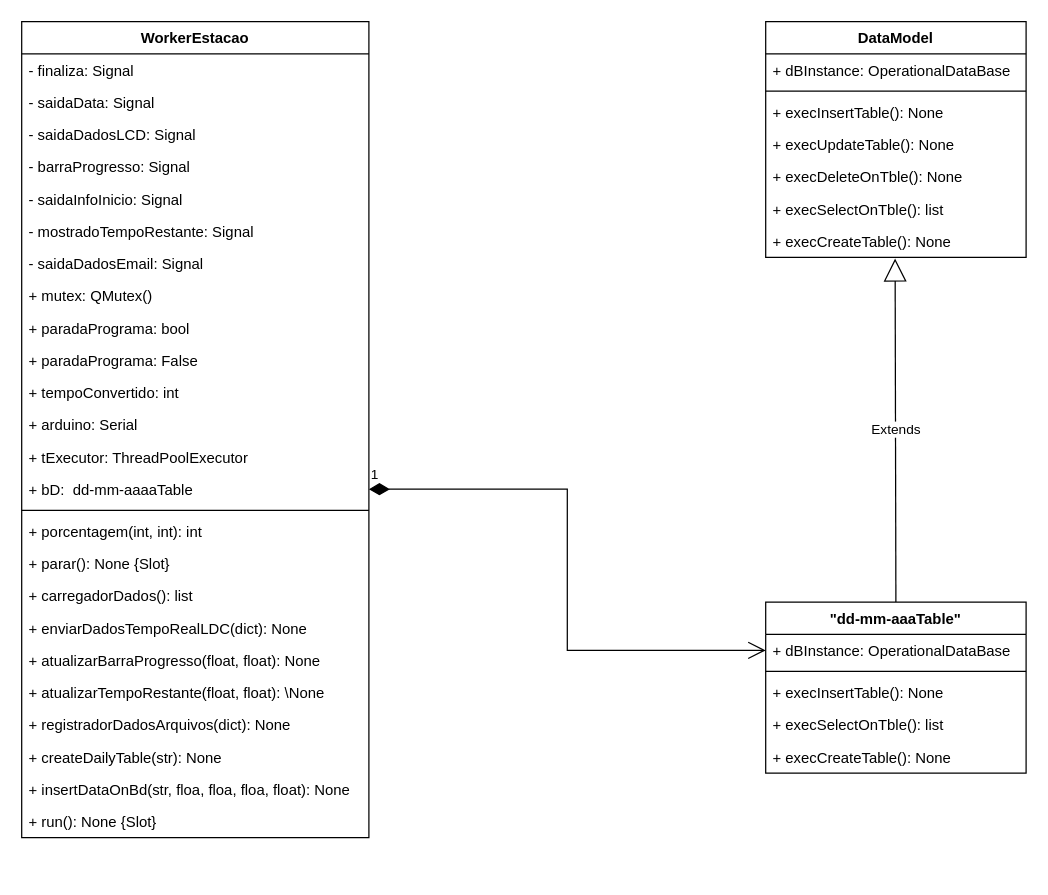
Above: page "Relacionamento DB - DataGetter" (5 of 5) of EstruturaObtencaoDeDados.drawio in Fat83dotcom/Interface_Estacao (draw.io), before the change. Source tidied: cells renumbered, new cells numbered last; positions are measured from the earlier drawing's top-left corner, leaving out a move shared by most shapes. Both pictures are drawn from the tidied source at 124%, with x=0, y=0 at pixel (21, 21).
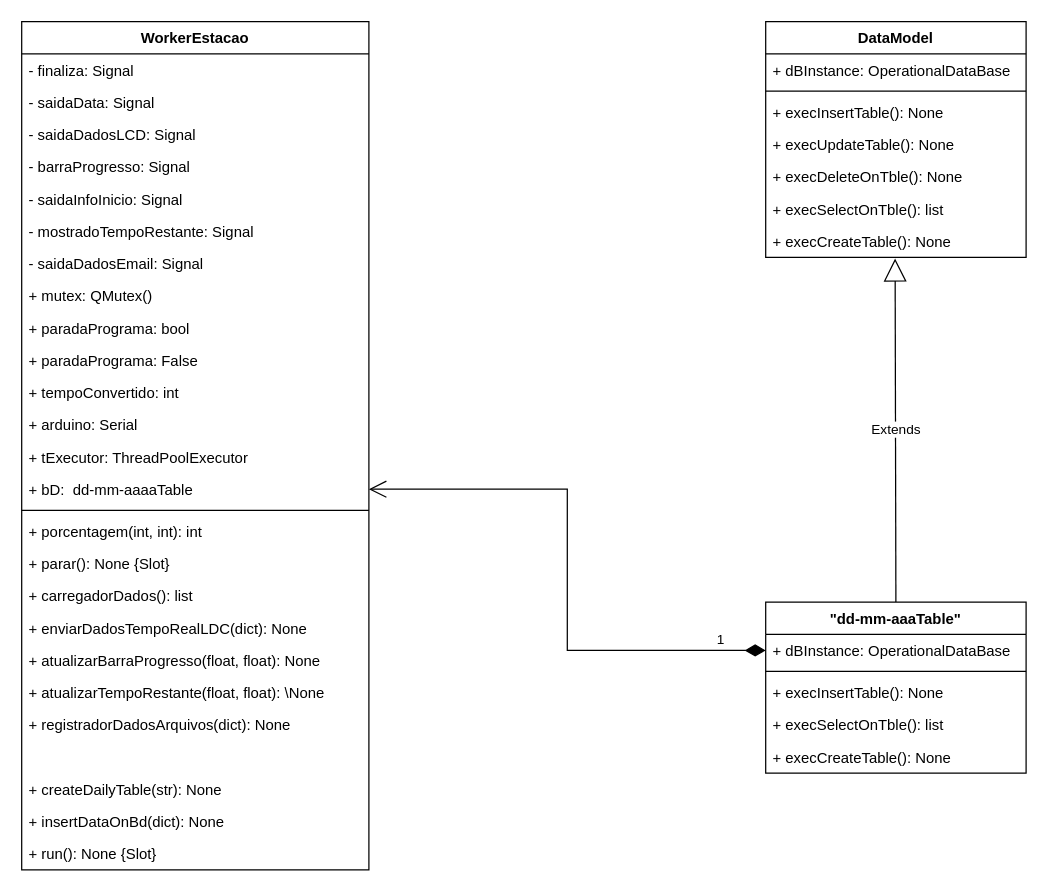
The same page after the edit.

Commit message (it also covers changes not shown here):
Modelo de projeto.

The change refers to these unchanged cells:
```xml
<mxCell id="16" value="+ bD:  dd-mm-aaaaTable" style="text;strokeColor=none;fillColor=none;align=left;verticalAlign=top;spacingLeft=4;spacingRight=4;overflow=hidden;points=[[0,0.5],[1,0.5]];portConstraint=eastwest;" parent="2" vertex="1">
  <mxGeometry y="364" width="280" height="26" as="geometry" />
</mxCell>
<mxCell id="38" value="+ dBInstance: OperationalDataBase" style="text;strokeColor=none;fillColor=none;align=left;verticalAlign=top;spacingLeft=4;spacingRight=4;overflow=hidden;points=[[0,0.5],[1,0.5]];portConstraint=eastwest;" parent="37" vertex="1">
  <mxGeometry y="26" width="210" height="26" as="geometry" />
</mxCell>
```

Diff of the diagram source:
```diff
@@
     <mxCell id="2" value="WorkerEstacao" style="swimlane;fontStyle=1;align=center;verticalAlign=top;horizontal=1;startSize=26;fillColor=none;" parent="1" vertex="1">
-      <mxGeometry width="280" height="658" as="geometry" />
+      <mxGeometry width="280" height="684" as="geometry" />
     </mxCell>
@@
+    <mxCell id="44" style="text;strokeColor=none;fillColor=none;align=left;verticalAlign=top;spacingLeft=4;spacingRight=4;overflow=hidden;" parent="2" vertex="1">
+      <mxGeometry y="580" width="280" height="26" as="geometry" />
+    </mxCell>
     <mxCell id="25" value="+ createDailyTable(str): None" style="text;strokeColor=none;fillColor=none;align=left;verticalAlign=top;spacingLeft=4;spacingRight=4;overflow=hidden;" parent="2" vertex="1">
-      <mxGeometry y="580" width="280" height="26" as="geometry" />
+      <mxGeometry y="606" width="280" height="26" as="geometry" />
     </mxCell>
-    <mxCell id="26" value="+ insertDataOnBd(str, floa, floa, floa, float): None" style="text;strokeColor=none;fillColor=none;align=left;verticalAlign=top;spacingLeft=4;spacingRight=4;overflow=hidden;" parent="2" vertex="1">
-      <mxGeometry y="606" width="280" height="26" as="geometry" />
+    <mxCell id="26" value="+ insertDataOnBd(dict): None" style="text;strokeColor=none;fillColor=none;align=left;verticalAlign=top;spacingLeft=4;spacingRight=4;overflow=hidden;" parent="2" vertex="1">
+      <mxGeometry y="632" width="280" height="26" as="geometry" />
     </mxCell>
     <mxCell id="27" value="+ run(): None {Slot}" style="text;strokeColor=none;fillColor=none;align=left;verticalAlign=top;spacingLeft=4;spacingRight=4;overflow=hidden;" parent="2" vertex="1">
-      <mxGeometry y="632" width="280" height="26" as="geometry" />
+      <mxGeometry y="658" width="280" height="26" as="geometry" />
     </mxCell>
-    <mxCell id="28" value="1" style="endArrow=open;html=1;endSize=12;startArrow=diamondThin;startSize=14;startFill=1;edgeStyle=orthogonalEdgeStyle;align=left;verticalAlign=bottom;rounded=0;entryX=0;entryY=0.5;entryDx=0;entryDy=0;exitX=1;exitY=0.5;exitDx=0;exitDy=0;" parent="1" edge="1" source="16" target="38">
-      <mxGeometry x="-1" y="3" relative="1" as="geometry" />
+    <mxCell id="28" value="1" style="endArrow=open;html=1;endSize=12;startArrow=diamondThin;startSize=14;startFill=1;edgeStyle=orthogonalEdgeStyle;align=left;verticalAlign=bottom;rounded=0;entryX=1;entryY=0.5;entryDx=0;entryDy=0;exitX=0;exitY=0.5;exitDx=0;exitDy=0;" parent="1" edge="1" source="38" target="16">
+      <mxGeometry x="-0.82" relative="1" as="geometry" />
     </mxCell>
```
